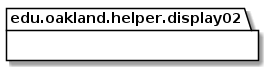
Earlier version of the PlantUML export docs/uml-class-diagrams/display02/helper/Display02HelperPackage_DirectDependencies.png (elilley15/csi-3370-software-project).
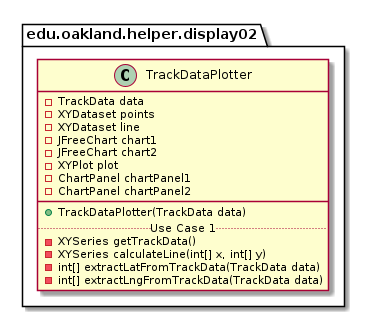
After the commit.

What changed in the source:
```diff
@@ -10,4 +10,29 @@
 }
 
 
+package edu.oakland.helper.display02 {
+    class TrackDataPlotter {
+        - TrackData data
+        - XYDataset points
+        - XYDataset line
+        - JFreeChart chart1
+        - JFreeChart chart2
+        - XYPlot plot
+        - ChartPanel chartPanel1
+        - ChartPanel chartPanel2
+        __
+        + TrackDataPlotter(TrackData data)
+        .. Use Case 1 ..
+        - XYSeries getTrackData()
+        - XYSeries calculateLine(int[] x, int[] y)
+        - int[] extractLatFromTrackData(TrackData data)
+        - int[] extractLngFromTrackData(TrackData data)
+    }
+}
+
+
+
+
+
+
 @enduml
```
